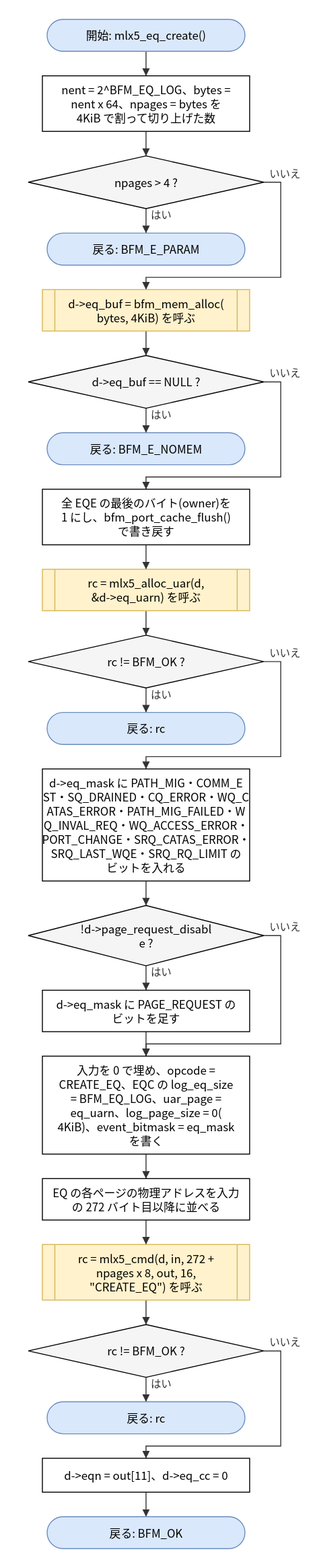
hf355051012-ai/bfmem keeps this draw.io diagram as doc/spec/images/flow_src_mlx5_cmd__mlx5_eq_create.drawio.svg. Above is the earlier version. Source tidied: cells renumbered, new cells last; positions are measured from the earlier drawing's top-left corner, leaving out a move shared by most shapes. Its diagram source:
```xml
<mxGraphModel>
  <root>
    <mxCell id="0" />
    <mxCell id="1" parent="0" />
    <mxCell id="2" value="開始: mlx5_eq_create()" style="rounded=1;arcSize=50;whiteSpace=wrap;html=1;fillColor=#dae8fc;strokeColor=#6c8ebf;" parent="1" vertex="1">
      <mxGeometry x="20" width="210" height="34" as="geometry" />
    </mxCell>
    <mxCell id="3" value="nent = 2^BFM_EQ_LOG、bytes =&lt;br&gt;nent x 64、npages = bytes を&lt;br&gt;4KiB で割って切り上げた数" style="rounded=0;whiteSpace=wrap;html=1;" parent="1" vertex="1">
      <mxGeometry x="15" y="60" width="220" height="59" as="geometry" />
    </mxCell>
    <mxCell id="4" value="npages &amp;gt; 4 ?" style="rhombus;whiteSpace=wrap;html=1;fillColor=#f5f5f5;" parent="1" vertex="1">
      <mxGeometry y="145" width="250" height="56" as="geometry" />
    </mxCell>
    <mxCell id="5" value="戻る: BFM_E_PARAM" style="rounded=1;arcSize=50;whiteSpace=wrap;html=1;fillColor=#dae8fc;strokeColor=#6c8ebf;" parent="1" vertex="1">
      <mxGeometry x="20" y="227" width="210" height="34" as="geometry" />
    </mxCell>
    <mxCell id="6" value="d-&amp;gt;eq_buf = bfm_mem_alloc(&lt;br&gt;bytes, 4KiB) を呼ぶ" style="shape=process;whiteSpace=wrap;html=1;backgroundOutline=1;size=0.06;fillColor=#fff2cc;strokeColor=#d6b656;" parent="1" vertex="1">
      <mxGeometry x="15" y="287" width="220" height="44" as="geometry" />
    </mxCell>
    <mxCell id="7" value="d-&amp;gt;eq_buf == NULL ?" style="rhombus;whiteSpace=wrap;html=1;fillColor=#f5f5f5;" parent="1" vertex="1">
      <mxGeometry y="357" width="250" height="56" as="geometry" />
    </mxCell>
    <mxCell id="8" value="戻る: BFM_E_NOMEM" style="rounded=1;arcSize=50;whiteSpace=wrap;html=1;fillColor=#dae8fc;strokeColor=#6c8ebf;" parent="1" vertex="1">
      <mxGeometry x="20" y="439" width="210" height="34" as="geometry" />
    </mxCell>
    <mxCell id="9" value="全 EQE の最後のバイト(owner)を&lt;br&gt;1 にし、bfm_port_cache_flush()&lt;br&gt;で書き戻す" style="rounded=0;whiteSpace=wrap;html=1;" parent="1" vertex="1">
      <mxGeometry x="15" y="499" width="220" height="59" as="geometry" />
    </mxCell>
    <mxCell id="10" value="rc = mlx5_alloc_uar(d,&lt;br&gt;&amp;amp;d-&amp;gt;eq_uarn) を呼ぶ" style="shape=process;whiteSpace=wrap;html=1;backgroundOutline=1;size=0.06;fillColor=#fff2cc;strokeColor=#d6b656;" parent="1" vertex="1">
      <mxGeometry x="15" y="584" width="220" height="44" as="geometry" />
    </mxCell>
    <mxCell id="11" value="rc != BFM_OK ?" style="rhombus;whiteSpace=wrap;html=1;fillColor=#f5f5f5;" parent="1" vertex="1">
      <mxGeometry y="654" width="250" height="56" as="geometry" />
    </mxCell>
    <mxCell id="12" value="戻る: rc" style="rounded=1;arcSize=50;whiteSpace=wrap;html=1;fillColor=#dae8fc;strokeColor=#6c8ebf;" parent="1" vertex="1">
      <mxGeometry x="20" y="736" width="210" height="34" as="geometry" />
    </mxCell>
    <mxCell id="13" value="d-&amp;gt;eq_mask に PATH_MIG・COMM_E&lt;br&gt;ST・SQ_DRAINED・CQ_ERROR・WQ_C&lt;br&gt;ATAS_ERROR・PATH_MIG_FAILED・W&lt;br&gt;Q_INVAL_REQ・WQ_ACCESS_ERROR・&lt;br&gt;PORT_CHANGE・SRQ_CATAS_ERROR・&lt;br&gt;SRQ_LAST_WQE・SRQ_RQ_LIMIT の&lt;br&gt;ビットを入れる" style="rounded=0;whiteSpace=wrap;html=1;" parent="1" vertex="1">
      <mxGeometry x="15" y="796" width="220" height="119" as="geometry" />
    </mxCell>
    <mxCell id="14" value="!d-&amp;gt;page_request_disabl&lt;br&gt;e ?" style="rhombus;whiteSpace=wrap;html=1;fillColor=#f5f5f5;" parent="1" vertex="1">
      <mxGeometry y="941" width="250" height="64" as="geometry" />
    </mxCell>
    <mxCell id="15" value="d-&amp;gt;eq_mask に PAGE_REQUEST の&lt;br&gt;ビットを足す" style="rounded=0;whiteSpace=wrap;html=1;" parent="1" vertex="1">
      <mxGeometry x="15" y="1031" width="220" height="44" as="geometry" />
    </mxCell>
    <mxCell id="16" value="入力を 0 で埋め、opcode =&lt;br&gt;CREATE_EQ、EQC の log_eq_size&lt;br&gt;= BFM_EQ_LOG、uar_page =&lt;br&gt;eq_uarn、log_page_size = 0(&lt;br&gt;4KiB)、event_bitmask = eq_mask&lt;br&gt;を書く" style="rounded=0;whiteSpace=wrap;html=1;" parent="1" vertex="1">
      <mxGeometry x="15" y="1101" width="220" height="104" as="geometry" />
    </mxCell>
    <mxCell id="17" value="EQ の各ページの物理アドレスを入力&lt;br&gt;の 272 バイト目以降に並べる" style="rounded=0;whiteSpace=wrap;html=1;" parent="1" vertex="1">
      <mxGeometry x="15" y="1231" width="220" height="44" as="geometry" />
    </mxCell>
    <mxCell id="18" value="rc = mlx5_cmd(d, in, 272 +&lt;br&gt;npages x 8, out, 16,&lt;br&gt;&amp;quot;CREATE_EQ&amp;quot;) を呼ぶ" style="shape=process;whiteSpace=wrap;html=1;backgroundOutline=1;size=0.06;fillColor=#fff2cc;strokeColor=#d6b656;" parent="1" vertex="1">
      <mxGeometry x="15" y="1301" width="220" height="59" as="geometry" />
    </mxCell>
    <mxCell id="19" value="rc != BFM_OK ?" style="rhombus;whiteSpace=wrap;html=1;fillColor=#f5f5f5;" parent="1" vertex="1">
      <mxGeometry y="1386" width="250" height="56" as="geometry" />
    </mxCell>
    <mxCell id="20" value="戻る: rc" style="rounded=1;arcSize=50;whiteSpace=wrap;html=1;fillColor=#dae8fc;strokeColor=#6c8ebf;" parent="1" vertex="1">
      <mxGeometry x="20" y="1468" width="210" height="34" as="geometry" />
    </mxCell>
    <mxCell id="21" value="d-&amp;gt;eqn = out[11]、d-&amp;gt;eq_cc = 0" style="rounded=0;whiteSpace=wrap;html=1;" parent="1" vertex="1">
      <mxGeometry x="15" y="1528" width="220" height="36" as="geometry" />
    </mxCell>
    <mxCell id="22" value="戻る: BFM_OK" style="rounded=1;arcSize=50;whiteSpace=wrap;html=1;fillColor=#dae8fc;strokeColor=#6c8ebf;" parent="1" vertex="1">
      <mxGeometry x="20" y="1590" width="210" height="34" as="geometry" />
    </mxCell>
    <mxCell id="23" style="edgeStyle=none;html=1;rounded=0;endArrow=block;endFill=1;exitX=0.5000;exitY=1.0000;exitDx=0;exitDy=0;exitPerimeter=0;entryX=0.5000;entryY=0.0000;entryDx=0;entryDy=0;entryPerimeter=0;" parent="1" edge="1" source="2" target="3">
      <mxGeometry relative="1" as="geometry" />
    </mxCell>
    <mxCell id="24" style="edgeStyle=none;html=1;rounded=0;endArrow=block;endFill=1;exitX=0.5000;exitY=1.0000;exitDx=0;exitDy=0;exitPerimeter=0;entryX=0.5000;entryY=0.0000;entryDx=0;entryDy=0;entryPerimeter=0;" parent="1" edge="1" source="3" target="4">
      <mxGeometry relative="1" as="geometry" />
    </mxCell>
    <mxCell id="25" value="はい" style="edgeStyle=none;html=1;rounded=0;endArrow=block;endFill=1;exitX=0.5000;exitY=1.0000;exitDx=0;exitDy=0;exitPerimeter=0;entryX=0.5000;entryY=0.0000;entryDx=0;entryDy=0;entryPerimeter=0;" parent="1" edge="1" source="4" target="5">
      <mxGeometry relative="1" as="geometry" />
    </mxCell>
    <mxCell id="26" value="いいえ" style="edgeStyle=none;html=1;rounded=0;endArrow=block;endFill=1;exitX=1.0000;exitY=0.5000;exitDx=0;exitDy=0;exitPerimeter=0;entryX=0.5000;entryY=0.0000;entryDx=0;entryDy=0;entryPerimeter=0;" parent="1" edge="1" source="4" target="6">
      <mxGeometry relative="1" as="geometry">
        <Array as="points">
          <mxPoint x="268" y="173" />
          <mxPoint x="268" y="274" />
          <mxPoint x="125" y="274" />
        </Array>
      </mxGeometry>
    </mxCell>
    <mxCell id="27" style="edgeStyle=none;html=1;rounded=0;endArrow=block;endFill=1;exitX=0.5000;exitY=1.0000;exitDx=0;exitDy=0;exitPerimeter=0;entryX=0.5000;entryY=0.0000;entryDx=0;entryDy=0;entryPerimeter=0;" parent="1" edge="1" source="6" target="7">
      <mxGeometry relative="1" as="geometry" />
    </mxCell>
    <mxCell id="28" value="はい" style="edgeStyle=none;html=1;rounded=0;endArrow=block;endFill=1;exitX=0.5000;exitY=1.0000;exitDx=0;exitDy=0;exitPerimeter=0;entryX=0.5000;entryY=0.0000;entryDx=0;entryDy=0;entryPerimeter=0;" parent="1" edge="1" source="7" target="8">
      <mxGeometry relative="1" as="geometry" />
    </mxCell>
    <mxCell id="29" value="いいえ" style="edgeStyle=none;html=1;rounded=0;endArrow=block;endFill=1;exitX=1.0000;exitY=0.5000;exitDx=0;exitDy=0;exitPerimeter=0;entryX=0.5000;entryY=0.0000;entryDx=0;entryDy=0;entryPerimeter=0;" parent="1" edge="1" source="7" target="9">
      <mxGeometry relative="1" as="geometry">
        <Array as="points">
          <mxPoint x="268" y="385" />
          <mxPoint x="268" y="486" />
          <mxPoint x="125" y="486" />
        </Array>
      </mxGeometry>
    </mxCell>
    <mxCell id="30" style="edgeStyle=none;html=1;rounded=0;endArrow=block;endFill=1;exitX=0.5000;exitY=1.0000;exitDx=0;exitDy=0;exitPerimeter=0;entryX=0.5000;entryY=0.0000;entryDx=0;entryDy=0;entryPerimeter=0;" parent="1" edge="1" source="9" target="10">
      <mxGeometry relative="1" as="geometry" />
    </mxCell>
    <mxCell id="31" style="edgeStyle=none;html=1;rounded=0;endArrow=block;endFill=1;exitX=0.5000;exitY=1.0000;exitDx=0;exitDy=0;exitPerimeter=0;entryX=0.5000;entryY=0.0000;entryDx=0;entryDy=0;entryPerimeter=0;" parent="1" edge="1" source="10" target="11">
      <mxGeometry relative="1" as="geometry" />
    </mxCell>
    <mxCell id="32" value="はい" style="edgeStyle=none;html=1;rounded=0;endArrow=block;endFill=1;exitX=0.5000;exitY=1.0000;exitDx=0;exitDy=0;exitPerimeter=0;entryX=0.5000;entryY=0.0000;entryDx=0;entryDy=0;entryPerimeter=0;" parent="1" edge="1" source="11" target="12">
      <mxGeometry relative="1" as="geometry" />
    </mxCell>
    <mxCell id="33" value="いいえ" style="edgeStyle=none;html=1;rounded=0;endArrow=block;endFill=1;exitX=1.0000;exitY=0.5000;exitDx=0;exitDy=0;exitPerimeter=0;entryX=0.5000;entryY=0.0000;entryDx=0;entryDy=0;entryPerimeter=0;" parent="1" edge="1" source="11" target="13">
      <mxGeometry relative="1" as="geometry">
        <Array as="points">
          <mxPoint x="268" y="682" />
          <mxPoint x="268" y="783" />
          <mxPoint x="125" y="783" />
        </Array>
      </mxGeometry>
    </mxCell>
    <mxCell id="34" style="edgeStyle=none;html=1;rounded=0;endArrow=block;endFill=1;exitX=0.5000;exitY=1.0000;exitDx=0;exitDy=0;exitPerimeter=0;entryX=0.5000;entryY=0.0000;entryDx=0;entryDy=0;entryPerimeter=0;" parent="1" edge="1" source="13" target="14">
      <mxGeometry relative="1" as="geometry" />
    </mxCell>
    <mxCell id="35" value="はい" style="edgeStyle=none;html=1;rounded=0;endArrow=block;endFill=1;exitX=0.5000;exitY=1.0000;exitDx=0;exitDy=0;exitPerimeter=0;entryX=0.5000;entryY=0.0000;entryDx=0;entryDy=0;entryPerimeter=0;" parent="1" edge="1" source="14" target="15">
      <mxGeometry relative="1" as="geometry" />
    </mxCell>
    <mxCell id="36" style="edgeStyle=none;html=1;rounded=0;endArrow=block;endFill=1;exitX=0.5000;exitY=1.0000;exitDx=0;exitDy=0;exitPerimeter=0;entryX=0.5000;entryY=0.0000;entryDx=0;entryDy=0;entryPerimeter=0;" parent="1" edge="1" source="15" target="16">
      <mxGeometry relative="1" as="geometry" />
    </mxCell>
    <mxCell id="37" value="いいえ" style="edgeStyle=none;html=1;rounded=0;endArrow=block;endFill=1;exitX=1.0000;exitY=0.5000;exitDx=0;exitDy=0;exitPerimeter=0;entryX=0.5000;entryY=0.0000;entryDx=0;entryDy=0;entryPerimeter=0;" parent="1" edge="1" source="14" target="16">
      <mxGeometry relative="1" as="geometry">
        <Array as="points">
          <mxPoint x="268" y="973" />
          <mxPoint x="268" y="1088" />
          <mxPoint x="125" y="1088" />
        </Array>
      </mxGeometry>
    </mxCell>
    <mxCell id="38" style="edgeStyle=none;html=1;rounded=0;endArrow=block;endFill=1;exitX=0.5000;exitY=1.0000;exitDx=0;exitDy=0;exitPerimeter=0;entryX=0.5000;entryY=0.0000;entryDx=0;entryDy=0;entryPerimeter=0;" parent="1" edge="1" source="16" target="17">
      <mxGeometry relative="1" as="geometry" />
    </mxCell>
    <mxCell id="39" style="edgeStyle=none;html=1;rounded=0;endArrow=block;endFill=1;exitX=0.5000;exitY=1.0000;exitDx=0;exitDy=0;exitPerimeter=0;entryX=0.5000;entryY=0.0000;entryDx=0;entryDy=0;entryPerimeter=0;" parent="1" edge="1" source="17" target="18">
      <mxGeometry relative="1" as="geometry" />
    </mxCell>
    <mxCell id="40" style="edgeStyle=none;html=1;rounded=0;endArrow=block;endFill=1;exitX=0.5000;exitY=1.0000;exitDx=0;exitDy=0;exitPerimeter=0;entryX=0.5000;entryY=0.0000;entryDx=0;entryDy=0;entryPerimeter=0;" parent="1" edge="1" source="18" target="19">
      <mxGeometry relative="1" as="geometry" />
    </mxCell>
    <mxCell id="41" value="はい" style="edgeStyle=none;html=1;rounded=0;endArrow=block;endFill=1;exitX=0.5000;exitY=1.0000;exitDx=0;exitDy=0;exitPerimeter=0;entryX=0.5000;entryY=0.0000;entryDx=0;entryDy=0;entryPerimeter=0;" parent="1" edge="1" source="19" target="20">
      <mxGeometry relative="1" as="geometry" />
    </mxCell>
    <mxCell id="42" value="いいえ" style="edgeStyle=none;html=1;rounded=0;endArrow=block;endFill=1;exitX=1.0000;exitY=0.5000;exitDx=0;exitDy=0;exitPerimeter=0;entryX=0.5000;entryY=0.0000;entryDx=0;entryDy=0;entryPerimeter=0;" parent="1" edge="1" source="19" target="21">
      <mxGeometry relative="1" as="geometry">
        <Array as="points">
          <mxPoint x="268" y="1414" />
          <mxPoint x="268" y="1515" />
          <mxPoint x="125" y="1515" />
        </Array>
      </mxGeometry>
    </mxCell>
    <mxCell id="43" style="edgeStyle=none;html=1;rounded=0;endArrow=block;endFill=1;exitX=0.5000;exitY=1.0000;exitDx=0;exitDy=0;exitPerimeter=0;entryX=0.5000;entryY=0.0000;entryDx=0;entryDy=0;entryPerimeter=0;" parent="1" edge="1" source="21" target="22">
      <mxGeometry relative="1" as="geometry" />
    </mxCell>
  </root>
</mxGraphModel>
```
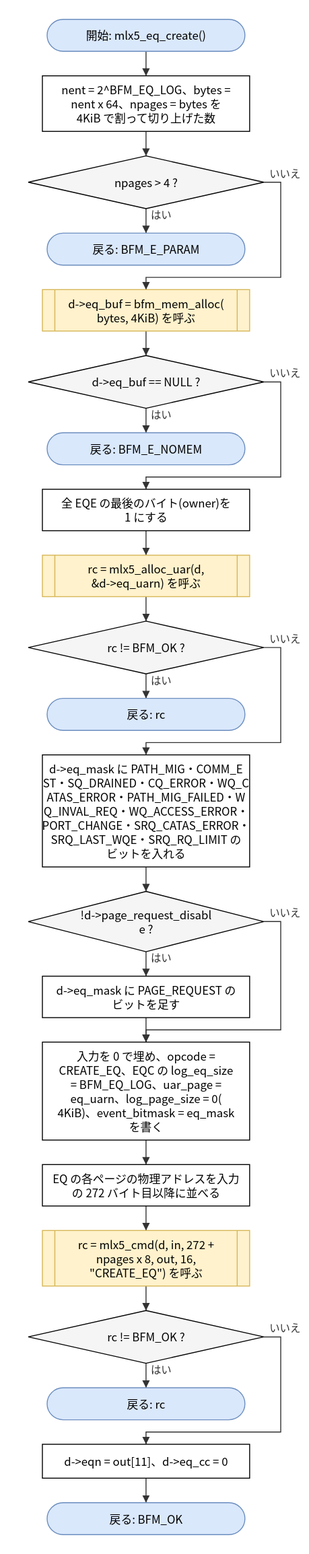
After the change.

Change to the diagram source:
```diff
@@ -3,28 +3,28 @@
     <mxCell id="0" />
     <mxCell id="1" parent="0" />
     <mxCell id="2" value="開始: mlx5_eq_create()" style="rounded=1;arcSize=50;whiteSpace=wrap;html=1;fillColor=#dae8fc;strokeColor=#6c8ebf;" parent="1" vertex="1">
-      <mxGeometry x="20" width="210" height="34" as="geometry" />
+      <mxGeometry x="20" y="15" width="210" height="34" as="geometry" />
     </mxCell>
     <mxCell id="3" value="nent = 2^BFM_EQ_LOG、bytes =&lt;br&gt;nent x 64、npages = bytes を&lt;br&gt;4KiB で割って切り上げた数" style="rounded=0;whiteSpace=wrap;html=1;" parent="1" vertex="1">
-      <mxGeometry x="15" y="60" width="220" height="59" as="geometry" />
+      <mxGeometry x="15" y="75" width="220" height="59" as="geometry" />
     </mxCell>
     <mxCell id="4" value="npages &amp;gt; 4 ?" style="rhombus;whiteSpace=wrap;html=1;fillColor=#f5f5f5;" parent="1" vertex="1">
-      <mxGeometry y="145" width="250" height="56" as="geometry" />
+      <mxGeometry y="160" width="250" height="56" as="geometry" />
     </mxCell>
     <mxCell id="5" value="戻る: BFM_E_PARAM" style="rounded=1;arcSize=50;whiteSpace=wrap;html=1;fillColor=#dae8fc;strokeColor=#6c8ebf;" parent="1" vertex="1">
-      <mxGeometry x="20" y="227" width="210" height="34" as="geometry" />
+      <mxGeometry x="20" y="242" width="210" height="34" as="geometry" />
     </mxCell>
     <mxCell id="6" value="d-&amp;gt;eq_buf = bfm_mem_alloc(&lt;br&gt;bytes, 4KiB) を呼ぶ" style="shape=process;whiteSpace=wrap;html=1;backgroundOutline=1;size=0.06;fillColor=#fff2cc;strokeColor=#d6b656;" parent="1" vertex="1">
-      <mxGeometry x="15" y="287" width="220" height="44" as="geometry" />
+      <mxGeometry x="15" y="302" width="220" height="44" as="geometry" />
     </mxCell>
     <mxCell id="7" value="d-&amp;gt;eq_buf == NULL ?" style="rhombus;whiteSpace=wrap;html=1;fillColor=#f5f5f5;" parent="1" vertex="1">
-      <mxGeometry y="357" width="250" height="56" as="geometry" />
+      <mxGeometry y="372" width="250" height="56" as="geometry" />
     </mxCell>
     <mxCell id="8" value="戻る: BFM_E_NOMEM" style="rounded=1;arcSize=50;whiteSpace=wrap;html=1;fillColor=#dae8fc;strokeColor=#6c8ebf;" parent="1" vertex="1">
-      <mxGeometry x="20" y="439" width="210" height="34" as="geometry" />
+      <mxGeometry x="20" y="454" width="210" height="34" as="geometry" />
     </mxCell>
-    <mxCell id="9" value="全 EQE の最後のバイト(owner)を&lt;br&gt;1 にし、bfm_port_cache_flush()&lt;br&gt;で書き戻す" style="rounded=0;whiteSpace=wrap;html=1;" parent="1" vertex="1">
-      <mxGeometry x="15" y="499" width="220" height="59" as="geometry" />
+    <mxCell id="9" value="全 EQE の最後のバイト(owner)を&lt;br&gt;1 にする" style="rounded=0;whiteSpace=wrap;html=1;" parent="1" vertex="1">
+      <mxGeometry x="15" y="514" width="220" height="44" as="geometry" />
     </mxCell>
     <mxCell id="10" value="rc = mlx5_alloc_uar(d,&lt;br&gt;&amp;amp;d-&amp;gt;eq_uarn) を呼ぶ" style="shape=process;whiteSpace=wrap;html=1;backgroundOutline=1;size=0.06;fillColor=#fff2cc;strokeColor=#d6b656;" parent="1" vertex="1">
       <mxGeometry x="15" y="584" width="220" height="44" as="geometry" />
@@ -77,9 +77,9 @@
     <mxCell id="26" value="いいえ" style="edgeStyle=none;html=1;rounded=0;endArrow=block;endFill=1;exitX=1.0000;exitY=0.5000;exitDx=0;exitDy=0;exitPerimeter=0;entryX=0.5000;entryY=0.0000;entryDx=0;entryDy=0;entryPerimeter=0;" parent="1" edge="1" source="4" target="6">
       <mxGeometry relative="1" as="geometry">
         <Array as="points">
-          <mxPoint x="268" y="173" />
-          <mxPoint x="268" y="274" />
-          <mxPoint x="125" y="274" />
+          <mxPoint x="268" y="188" />
+          <mxPoint x="268" y="289" />
+          <mxPoint x="125" y="289" />
         </Array>
       </mxGeometry>
     </mxCell>
@@ -92,9 +92,9 @@
     <mxCell id="29" value="いいえ" style="edgeStyle=none;html=1;rounded=0;endArrow=block;endFill=1;exitX=1.0000;exitY=0.5000;exitDx=0;exitDy=0;exitPerimeter=0;entryX=0.5000;entryY=0.0000;entryDx=0;entryDy=0;entryPerimeter=0;" parent="1" edge="1" source="7" target="9">
       <mxGeometry relative="1" as="geometry">
         <Array as="points">
-          <mxPoint x="268" y="385" />
-          <mxPoint x="268" y="486" />
-          <mxPoint x="125" y="486" />
+          <mxPoint x="268" y="400" />
+          <mxPoint x="268" y="501" />
+          <mxPoint x="125" y="501" />
         </Array>
       </mxGeometry>
     </mxCell>
```
